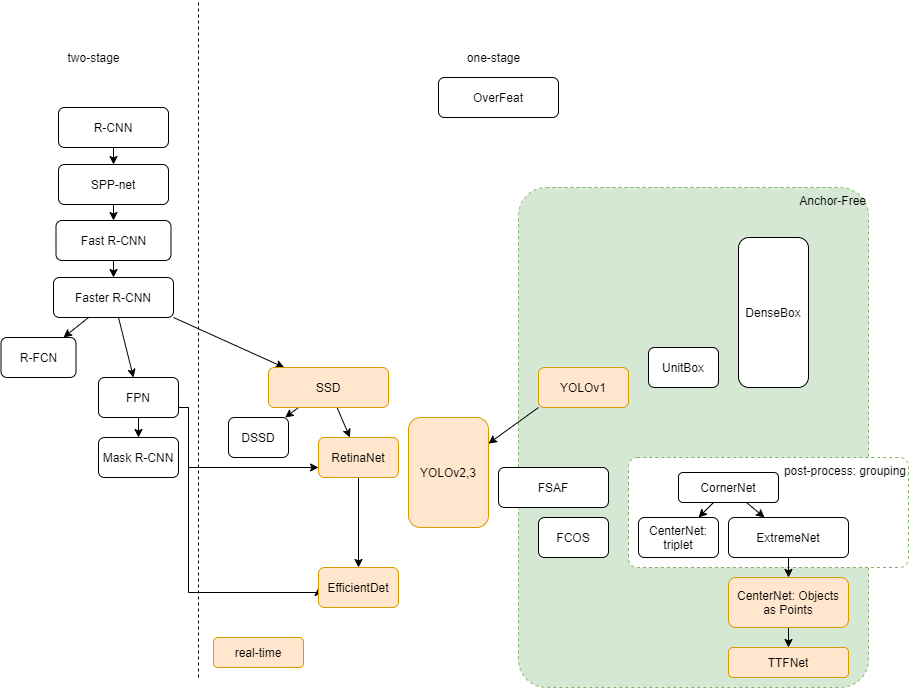
Before: source/CNN/object_detection/img/detector_history.png, a diagram exported from draw.io (vlee-harmonicinc/machine-learning-note). Source tidied: cells renumbered, new cells last; positions are measured from the earlier drawing's top-left corner, leaving out a move shared by most shapes. Source of this version:
```xml
<mxGraphModel>
  <root>
    <mxCell id="0" />
    <mxCell id="1" parent="0" />
    <mxCell id="2" value="Anchor-Free" style="rounded=1;whiteSpace=wrap;html=1;fillColor=#d5e8d4;strokeColor=#82b366;arcSize=8;align=right;verticalAlign=top;dashed=1;" parent="1" vertex="1">
      <mxGeometry x="518" y="187" width="350" height="500" as="geometry" />
    </mxCell>
    <mxCell id="3" value="post-process: grouping" style="rounded=1;whiteSpace=wrap;html=1;fillColor=#FFFFFF;strokeColor=#82b366;arcSize=8;align=right;verticalAlign=top;dashed=1;strokeWidth=1;" parent="1" vertex="1">
      <mxGeometry x="628" y="457" width="280" height="110" as="geometry" />
    </mxCell>
    <mxCell id="4" style="edgeStyle=orthogonalEdgeStyle;rounded=0;jettySize=auto;html=1;exitX=0.5;exitY=1;exitDx=0;exitDy=0;entryX=0.5;entryY=0;entryDx=0;entryDy=0;" parent="1" edge="1" source="5" target="10">
      <mxGeometry relative="1" as="geometry" />
    </mxCell>
    <mxCell id="5" value="R-CNN" style="rounded=1;whiteSpace=wrap;html=1;" parent="1" vertex="1">
      <mxGeometry x="58" y="107" width="110" height="40" as="geometry" />
    </mxCell>
    <mxCell id="6" style="endArrow=none;dashed=1;html=1;" parent="1" edge="1">
      <mxGeometry relative="1" as="geometry">
        <mxPoint x="198" y="677" as="sourcePoint" />
        <mxPoint x="198" as="targetPoint" />
      </mxGeometry>
    </mxCell>
    <mxCell id="7" value="two-stage" style="text;html=1;align=center;verticalAlign=middle;" parent="1" vertex="1">
      <mxGeometry x="58" y="47" width="70" height="20" as="geometry" />
    </mxCell>
    <mxCell id="8" value="one-stage" style="text;html=1;align=center;verticalAlign=middle;" parent="1" vertex="1">
      <mxGeometry x="458" y="47" width="70" height="20" as="geometry" />
    </mxCell>
    <mxCell id="9" style="edgeStyle=orthogonalEdgeStyle;rounded=0;jettySize=auto;html=1;exitX=0.5;exitY=1;exitDx=0;exitDy=0;entryX=0.5;entryY=0;entryDx=0;entryDy=0;" parent="1" edge="1" source="10" target="12">
      <mxGeometry relative="1" as="geometry" />
    </mxCell>
    <mxCell id="10" value="SPP-net" style="rounded=1;whiteSpace=wrap;html=1;" parent="1" vertex="1">
      <mxGeometry x="58" y="164" width="110" height="40" as="geometry" />
    </mxCell>
    <mxCell id="11" style="edgeStyle=orthogonalEdgeStyle;rounded=0;jettySize=auto;html=1;exitX=0.5;exitY=1;exitDx=0;exitDy=0;" parent="1" edge="1" source="12" target="16">
      <mxGeometry relative="1" as="geometry">
        <Array as="points">
          <mxPoint x="113" y="307" />
          <mxPoint x="113" y="307" />
        </Array>
      </mxGeometry>
    </mxCell>
    <mxCell id="12" value="Fast R-CNN" style="rounded=1;whiteSpace=wrap;html=1;" parent="1" vertex="1">
      <mxGeometry x="55.5" y="220" width="115" height="40" as="geometry" />
    </mxCell>
    <mxCell id="13" style="edgeStyle=none;rounded=0;jettySize=auto;html=1;" parent="1" edge="1" source="16" target="37">
      <mxGeometry relative="1" as="geometry" />
    </mxCell>
    <mxCell id="14" style="edgeStyle=none;rounded=0;jettySize=auto;html=1;" parent="1" edge="1" source="16" target="41">
      <mxGeometry relative="1" as="geometry" />
    </mxCell>
    <mxCell id="15" style="rounded=0;jettySize=auto;html=1;exitX=1;exitY=1;exitDx=0;exitDy=0;" parent="1" edge="1" source="16" target="19">
      <mxGeometry relative="1" as="geometry" />
    </mxCell>
    <mxCell id="16" value="Faster R-CNN" style="rounded=1;whiteSpace=wrap;html=1;" parent="1" vertex="1">
      <mxGeometry x="53" y="277" width="120" height="40" as="geometry" />
    </mxCell>
    <mxCell id="17" style="edgeStyle=none;rounded=0;jettySize=auto;html=1;" parent="1" edge="1" source="19" target="34">
      <mxGeometry relative="1" as="geometry" />
    </mxCell>
    <mxCell id="18" style="edgeStyle=none;rounded=0;jettySize=auto;html=1;exitX=0.25;exitY=1;exitDx=0;exitDy=0;" parent="1" edge="1" source="19" target="44">
      <mxGeometry relative="1" as="geometry" />
    </mxCell>
    <mxCell id="19" value="SSD" style="rounded=1;whiteSpace=wrap;html=1;fillColor=#ffe6cc;strokeColor=#d79b00;" parent="1" vertex="1">
      <mxGeometry x="268" y="367" width="120" height="40" as="geometry" />
    </mxCell>
    <mxCell id="20" style="edgeStyle=none;rounded=0;jettySize=auto;html=1;exitX=0;exitY=1;exitDx=0;exitDy=0;" parent="1" edge="1" source="21" target="22">
      <mxGeometry relative="1" as="geometry" />
    </mxCell>
    <mxCell id="21" value="YOLOv1" style="rounded=1;whiteSpace=wrap;html=1;fillColor=#ffe6cc;strokeColor=#d79b00;" parent="1" vertex="1">
      <mxGeometry x="538" y="367" width="90" height="40" as="geometry" />
    </mxCell>
    <mxCell id="22" value="YOLOv2,3" style="rounded=1;whiteSpace=wrap;html=1;fillColor=#ffe6cc;strokeColor=#d79b00;" parent="1" vertex="1">
      <mxGeometry x="408" y="417" width="80" height="110" as="geometry" />
    </mxCell>
    <mxCell id="23" value="DenseBox" style="rounded=1;whiteSpace=wrap;html=1;" parent="1" vertex="1">
      <mxGeometry x="738" y="237" width="70" height="150" as="geometry" />
    </mxCell>
    <mxCell id="24" style="edgeStyle=none;rounded=0;jettySize=auto;html=1;" parent="1" edge="1" source="26" target="29">
      <mxGeometry relative="1" as="geometry" />
    </mxCell>
    <mxCell id="25" style="edgeStyle=none;rounded=0;jettySize=auto;html=1;" parent="1" edge="1" source="26" target="27">
      <mxGeometry relative="1" as="geometry" />
    </mxCell>
    <mxCell id="26" value="CornerNet" style="rounded=1;whiteSpace=wrap;html=1;" parent="1" vertex="1">
      <mxGeometry x="678" y="472" width="100" height="30" as="geometry" />
    </mxCell>
    <mxCell id="27" value="CenterNet: triplet" style="rounded=1;whiteSpace=wrap;html=1;" parent="1" vertex="1">
      <mxGeometry x="638" y="517" width="80" height="40" as="geometry" />
    </mxCell>
    <mxCell id="28" style="edgeStyle=none;rounded=0;jettySize=auto;html=1;exitX=0.5;exitY=1;exitDx=0;exitDy=0;" parent="1" edge="1" source="29" target="31">
      <mxGeometry relative="1" as="geometry" />
    </mxCell>
    <mxCell id="29" value="ExtremeNet" style="rounded=1;whiteSpace=wrap;html=1;" parent="1" vertex="1">
      <mxGeometry x="728" y="517" width="120" height="40" as="geometry" />
    </mxCell>
    <mxCell id="30" style="edgeStyle=none;rounded=0;jettySize=auto;html=1;exitX=0.5;exitY=1;exitDx=0;exitDy=0;" parent="1" edge="1" source="31" target="32">
      <mxGeometry relative="1" as="geometry" />
    </mxCell>
    <mxCell id="31" value="CenterNet: Objects as Points" style="rounded=1;whiteSpace=wrap;html=1;fillColor=#ffe6cc;strokeColor=#d79b00;" parent="1" vertex="1">
      <mxGeometry x="728" y="577" width="120" height="50" as="geometry" />
    </mxCell>
    <mxCell id="32" value="TTFNet" style="rounded=1;whiteSpace=wrap;html=1;fillColor=#ffe6cc;strokeColor=#d79b00;" parent="1" vertex="1">
      <mxGeometry x="728" y="647" width="120" height="30" as="geometry" />
    </mxCell>
    <mxCell id="33" style="edgeStyle=orthogonalEdgeStyle;rounded=0;jettySize=auto;html=1;exitX=0.5;exitY=1;exitDx=0;exitDy=0;" parent="1" edge="1" source="34" target="47">
      <mxGeometry relative="1" as="geometry" />
    </mxCell>
    <mxCell id="34" value="RetinaNet" style="rounded=1;whiteSpace=wrap;html=1;fillColor=#ffe6cc;strokeColor=#d79b00;" parent="1" vertex="1">
      <mxGeometry x="318" y="437" width="80" height="40" as="geometry" />
    </mxCell>
    <mxCell id="35" value="FSAF" style="rounded=1;whiteSpace=wrap;html=1;" parent="1" vertex="1">
      <mxGeometry x="498" y="467" width="110" height="40" as="geometry" />
    </mxCell>
    <mxCell id="36" value="UnitBox" style="rounded=1;whiteSpace=wrap;html=1;" parent="1" vertex="1">
      <mxGeometry x="648" y="347" width="70" height="40" as="geometry" />
    </mxCell>
    <mxCell id="37" value="R-FCN" style="rounded=1;whiteSpace=wrap;html=1;" parent="1" vertex="1">
      <mxGeometry x="0.5" y="337" width="75" height="40" as="geometry" />
    </mxCell>
    <mxCell id="38" style="edgeStyle=none;rounded=0;jettySize=auto;html=1;exitX=0.5;exitY=1;exitDx=0;exitDy=0;" parent="1" edge="1" source="41" target="42">
      <mxGeometry relative="1" as="geometry" />
    </mxCell>
    <mxCell id="39" style="edgeStyle=orthogonalEdgeStyle;rounded=0;jettySize=auto;html=1;exitX=1;exitY=0.75;exitDx=0;exitDy=0;" parent="1" edge="1" source="41" target="34">
      <mxGeometry relative="1" as="geometry">
        <Array as="points">
          <mxPoint x="188" y="407" />
          <mxPoint x="188" y="467" />
        </Array>
      </mxGeometry>
    </mxCell>
    <mxCell id="40" style="edgeStyle=orthogonalEdgeStyle;rounded=0;jettySize=auto;html=1;exitX=1;exitY=0.75;exitDx=0;exitDy=0;entryX=0;entryY=0.5;entryDx=0;entryDy=0;" parent="1" edge="1" source="41" target="47">
      <mxGeometry relative="1" as="geometry">
        <Array as="points">
          <mxPoint x="188" y="407" />
          <mxPoint x="188" y="592" />
        </Array>
      </mxGeometry>
    </mxCell>
    <mxCell id="41" value="FPN" style="rounded=1;whiteSpace=wrap;html=1;" parent="1" vertex="1">
      <mxGeometry x="98" y="377" width="80" height="40" as="geometry" />
    </mxCell>
    <mxCell id="42" value="Mask R-CNN" style="rounded=1;whiteSpace=wrap;html=1;" parent="1" vertex="1">
      <mxGeometry x="98" y="437" width="80" height="40" as="geometry" />
    </mxCell>
    <mxCell id="43" value="OverFeat" style="rounded=1;whiteSpace=wrap;html=1;" parent="1" vertex="1">
      <mxGeometry x="438" y="77" width="120" height="40" as="geometry" />
    </mxCell>
    <mxCell id="44" value="DSSD" style="rounded=1;whiteSpace=wrap;html=1;" parent="1" vertex="1">
      <mxGeometry x="228" y="417" width="60" height="40" as="geometry" />
    </mxCell>
    <mxCell id="45" value="real-time" style="rounded=1;whiteSpace=wrap;html=1;fillColor=#ffe6cc;strokeColor=#d79b00;" parent="1" vertex="1">
      <mxGeometry x="213" y="637" width="90" height="30" as="geometry" />
    </mxCell>
    <mxCell id="46" value="FCOS" style="rounded=1;whiteSpace=wrap;html=1;" parent="1" vertex="1">
      <mxGeometry x="538" y="517" width="70" height="40" as="geometry" />
    </mxCell>
    <mxCell id="47" value="EfficientDet" style="rounded=1;whiteSpace=wrap;html=1;fillColor=#ffe6cc;strokeColor=#d79b00;" parent="1" vertex="1">
      <mxGeometry x="318" y="567" width="80" height="40" as="geometry" />
    </mxCell>
  </root>
</mxGraphModel>
```
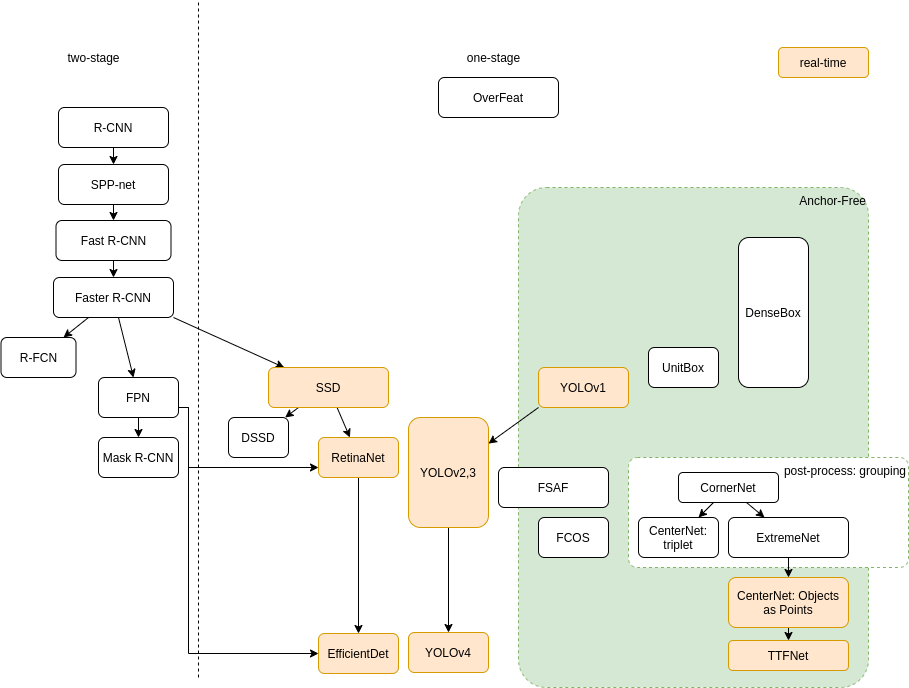
Later version of the same file.

Commit message:
detection: update diagram and add COCO measurement

The edit, as a diff of the source:
```diff
@@ -70,6 +70,9 @@
     <mxCell id="21" value="YOLOv1" style="rounded=1;whiteSpace=wrap;html=1;fillColor=#ffe6cc;strokeColor=#d79b00;" parent="1" vertex="1">
       <mxGeometry x="538" y="367" width="90" height="40" as="geometry" />
     </mxCell>
+    <mxCell id="48" style="edgeStyle=orthogonalEdgeStyle;rounded=0;jettySize=auto;html=1;exitX=0.5;exitY=1;exitDx=0;exitDy=0;" parent="1" edge="1" source="22" target="49">
+      <mxGeometry relative="1" as="geometry" />
+    </mxCell>
     <mxCell id="22" value="YOLOv2,3" style="rounded=1;whiteSpace=wrap;html=1;fillColor=#ffe6cc;strokeColor=#d79b00;" parent="1" vertex="1">
       <mxGeometry x="408" y="417" width="80" height="110" as="geometry" />
     </mxCell>
@@ -101,7 +104,7 @@
       <mxGeometry x="728" y="577" width="120" height="50" as="geometry" />
     </mxCell>
     <mxCell id="32" value="TTFNet" style="rounded=1;whiteSpace=wrap;html=1;fillColor=#ffe6cc;strokeColor=#d79b00;" parent="1" vertex="1">
-      <mxGeometry x="728" y="647" width="120" height="30" as="geometry" />
+      <mxGeometry x="728" y="640" width="120" height="30" as="geometry" />
     </mxCell>
     <mxCell id="33" style="edgeStyle=orthogonalEdgeStyle;rounded=0;jettySize=auto;html=1;exitX=0.5;exitY=1;exitDx=0;exitDy=0;" parent="1" edge="1" source="34" target="47">
       <mxGeometry relative="1" as="geometry" />
@@ -133,7 +136,7 @@
       <mxGeometry relative="1" as="geometry">
         <Array as="points">
           <mxPoint x="188" y="407" />
-          <mxPoint x="188" y="592" />
+          <mxPoint x="188" y="653" />
         </Array>
       </mxGeometry>
     </mxCell>
@@ -150,13 +153,16 @@
       <mxGeometry x="228" y="417" width="60" height="40" as="geometry" />
     </mxCell>
     <mxCell id="45" value="real-time" style="rounded=1;whiteSpace=wrap;html=1;fillColor=#ffe6cc;strokeColor=#d79b00;" parent="1" vertex="1">
-      <mxGeometry x="213" y="637" width="90" height="30" as="geometry" />
+      <mxGeometry x="778" y="47" width="90" height="30" as="geometry" />
     </mxCell>
     <mxCell id="46" value="FCOS" style="rounded=1;whiteSpace=wrap;html=1;" parent="1" vertex="1">
       <mxGeometry x="538" y="517" width="70" height="40" as="geometry" />
     </mxCell>
     <mxCell id="47" value="EfficientDet" style="rounded=1;whiteSpace=wrap;html=1;fillColor=#ffe6cc;strokeColor=#d79b00;" parent="1" vertex="1">
-      <mxGeometry x="318" y="567" width="80" height="40" as="geometry" />
+      <mxGeometry x="318" y="633" width="80" height="40" as="geometry" />
     </mxCell>
+    <mxCell id="49" value="YOLOv4" style="rounded=1;whiteSpace=wrap;html=1;fillColor=#ffe6cc;strokeColor=#d79b00;" parent="1" vertex="1">
+      <mxGeometry x="408" y="632" width="80" height="40" as="geometry" />
+    </mxCell>
   </root>
 </mxGraphModel>
```
